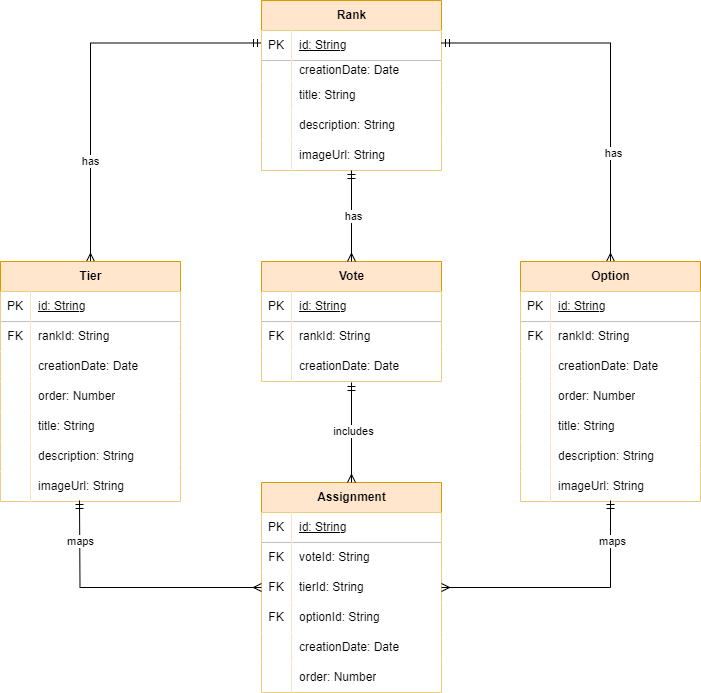
The draw.io diagram docs/DomainEntities.png in BrunoMNDantas/Ranker, before a commit. Source tidied: cells renumbered, new cells last; positions are measured from the earlier drawing's top-left corner, leaving out a move shared by most shapes.
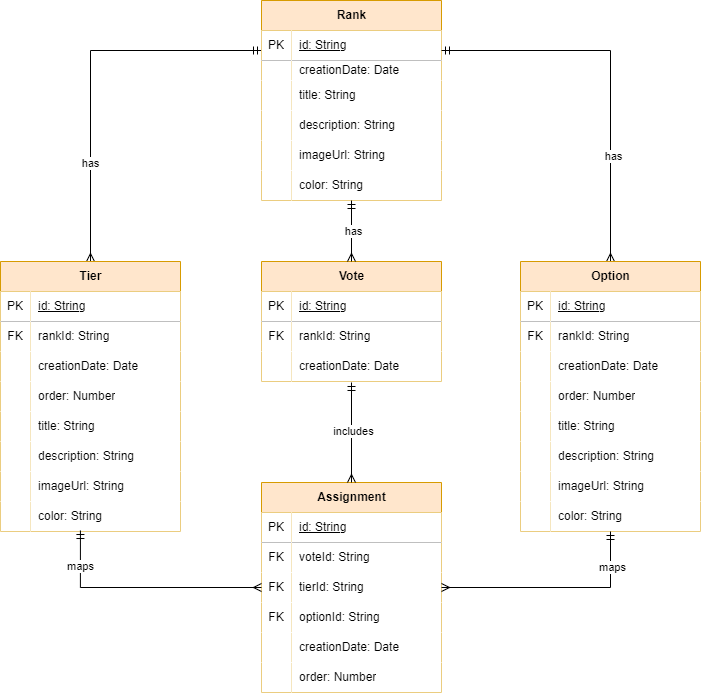
The same file after the commit.

Diff of the diagram source:
```diff
@@ -9,7 +9,7 @@
       <mxGeometry x="-0.48" y="1" relative="1" as="geometry" />
     </mxCell>
     <mxCell id="4" value="Tier" style="shape=table;startSize=30;rowLines=0;fontStyle=1;align=center;html=1;fillColor=#ffe6cc;strokeColor=#d79b00;fillStyle=solid;" parent="1" vertex="1">
-      <mxGeometry y="261" width="180" height="240" as="geometry" />
+      <mxGeometry y="261" width="180" height="270" as="geometry" />
     </mxCell>
     <mxCell id="5" style="shape=tableRow;horizontal=0;startSize=0;swimlaneHead=0;swimlaneBody=0;fillColor=none;top=0;left=0;right=0;bottom=1;" parent="4" vertex="1">
       <mxGeometry y="30" width="180" height="30" as="geometry" />
@@ -74,8 +74,17 @@
     <mxCell id="25" value="imageUrl: String" style="shape=partialRectangle;fillColor=default;top=0;left=0;bottom=0;right=0;align=left;spacingLeft=6;overflow=hidden;whiteSpace=wrap;html=1;" parent="23" vertex="1">
       <mxGeometry x="30" width="150" height="30" as="geometry" />
     </mxCell>
+    <mxCell id="103" style="shape=tableRow;horizontal=0;startSize=0;swimlaneHead=0;swimlaneBody=0;fillColor=none;points=[[0,0.5],[1,0.5]];portConstraint=eastwest;top=0;left=0;right=0;bottom=0;" parent="4" vertex="1">
+      <mxGeometry y="240" width="180" height="30" as="geometry" />
+    </mxCell>
+    <mxCell id="104" style="shape=partialRectangle;fillColor=default;top=0;left=0;bottom=0;right=0;overflow=hidden;whiteSpace=wrap;html=1;" parent="103" vertex="1">
+      <mxGeometry width="30" height="30" as="geometry" />
+    </mxCell>
+    <mxCell id="105" value="color: String" style="shape=partialRectangle;fillColor=default;top=0;left=0;bottom=0;right=0;align=left;spacingLeft=6;overflow=hidden;whiteSpace=wrap;html=1;" parent="103" vertex="1">
+      <mxGeometry x="30" width="150" height="30" as="geometry" />
+    </mxCell>
     <mxCell id="26" value="Rank" style="shape=table;startSize=30;rowLines=0;fontStyle=1;align=center;html=1;fillColor=#ffe6cc;strokeColor=#d79b00;fillStyle=solid;" parent="1" vertex="1">
-      <mxGeometry x="261" width="180" height="170" as="geometry" />
+      <mxGeometry x="261" width="180" height="200" as="geometry" />
     </mxCell>
     <mxCell id="27" style="shape=tableRow;horizontal=0;startSize=0;swimlaneHead=0;swimlaneBody=0;fillColor=none;top=0;left=0;right=0;bottom=1;" parent="26" vertex="1">
       <mxGeometry y="30" width="180" height="30" as="geometry" />
@@ -122,6 +131,15 @@
     <mxCell id="41" value="imageUrl: String" style="shape=partialRectangle;fillColor=default;top=0;left=0;bottom=0;right=0;align=left;spacingLeft=6;overflow=hidden;whiteSpace=wrap;html=1;" parent="39" vertex="1">
       <mxGeometry x="30" width="150" height="30" as="geometry" />
     </mxCell>
+    <mxCell id="106" style="shape=tableRow;horizontal=0;startSize=0;swimlaneHead=0;swimlaneBody=0;fillColor=none;top=0;left=0;right=0;bottom=0;" parent="26" vertex="1">
+      <mxGeometry y="170" width="180" height="30" as="geometry" />
+    </mxCell>
+    <mxCell id="107" style="shape=partialRectangle;fillColor=default;top=0;left=0;bottom=0;right=0;overflow=hidden;whiteSpace=wrap;html=1;" parent="106" vertex="1">
+      <mxGeometry width="30" height="30" as="geometry" />
+    </mxCell>
+    <mxCell id="108" value="color: String" style="shape=partialRectangle;fillColor=default;top=0;left=0;bottom=0;right=0;align=left;spacingLeft=6;overflow=hidden;whiteSpace=wrap;html=1;" parent="106" vertex="1">
+      <mxGeometry x="30" width="150" height="30" as="geometry" />
+    </mxCell>
     <mxCell id="42" value="Vote" style="shape=table;startSize=30;rowLines=0;fontStyle=1;align=center;html=1;fillColor=#ffe6cc;strokeColor=#d79b00;fillStyle=solid;" parent="1" vertex="1">
       <mxGeometry x="261" y="261" width="180" height="120" as="geometry" />
     </mxCell>
@@ -216,7 +234,7 @@
       <mxGeometry x="-0.44" y="-2" relative="1" as="geometry" />
     </mxCell>
     <mxCell id="73" value="Option" style="shape=table;startSize=30;rowLines=0;fontStyle=1;align=center;html=1;fillColor=#ffe6cc;strokeColor=#d79b00;fillStyle=solid;" parent="1" vertex="1">
-      <mxGeometry x="520" y="261" width="180" height="240" as="geometry" />
+      <mxGeometry x="520" y="261" width="180" height="270" as="geometry" />
     </mxCell>
     <mxCell id="74" style="shape=tableRow;horizontal=0;startSize=0;swimlaneHead=0;swimlaneBody=0;fillColor=none;top=0;left=0;right=0;bottom=1;" parent="73" vertex="1">
       <mxGeometry y="30" width="180" height="30" as="geometry" />
@@ -281,24 +299,31 @@
     <mxCell id="94" value="imageUrl: String" style="shape=partialRectangle;fillColor=default;top=0;left=0;bottom=0;right=0;align=left;spacingLeft=6;overflow=hidden;whiteSpace=wrap;html=1;" parent="92" vertex="1">
       <mxGeometry x="30" width="150" height="30" as="geometry" />
     </mxCell>
+    <mxCell id="109" style="shape=tableRow;horizontal=0;startSize=0;swimlaneHead=0;swimlaneBody=0;fillColor=none;top=0;left=0;right=0;bottom=0;" parent="73" vertex="1">
+      <mxGeometry y="240" width="180" height="30" as="geometry" />
+    </mxCell>
+    <mxCell id="110" style="shape=partialRectangle;fillColor=default;top=0;left=0;bottom=0;right=0;overflow=hidden;whiteSpace=wrap;html=1;" parent="109" vertex="1">
+      <mxGeometry width="30" height="30" as="geometry" />
+    </mxCell>
+    <mxCell id="111" value="color: String" style="shape=partialRectangle;fillColor=default;top=0;left=0;bottom=0;right=0;align=left;spacingLeft=6;overflow=hidden;whiteSpace=wrap;html=1;" parent="109" vertex="1">
+      <mxGeometry x="30" width="150" height="30" as="geometry" />
+    </mxCell>
     <mxCell id="95" style="edgeStyle=orthogonalEdgeStyle;rounded=0;jettySize=auto;html=1;exitX=0.5;exitY=0;exitDx=0;exitDy=0;endArrow=ERmandOne;endFill=0;startArrow=ERmany;startFill=0;" parent="1" edge="1" source="42">
       <mxGeometry relative="1" as="geometry">
-        <mxPoint x="351" y="170" as="targetPoint" />
+        <mxPoint x="351" y="200" as="targetPoint" />
       </mxGeometry>
     </mxCell>
     <mxCell id="96" value="has" style="edgeLabel;html=1;align=center;verticalAlign=middle;" parent="95" vertex="1">
       <mxGeometry x="0.01" y="-1" relative="1" as="geometry" />
     </mxCell>
-    <mxCell id="97" style="edgeStyle=orthogonalEdgeStyle;rounded=0;jettySize=auto;html=1;exitX=1;exitY=0.5;exitDx=0;exitDy=0;endArrow=ERmandOne;endFill=0;startArrow=ERmany;startFill=0;entryX=0.5;entryY=0.967;entryDx=0;entryDy=0;entryPerimeter=0;" parent="1" edge="1" source="59" target="92">
+    <mxCell id="97" style="edgeStyle=orthogonalEdgeStyle;rounded=0;jettySize=auto;html=1;exitX=1;exitY=0.5;exitDx=0;exitDy=0;endArrow=ERmandOne;endFill=0;startArrow=ERmany;startFill=0;entryX=0.5;entryY=1;entryDx=0;entryDy=0;" parent="1" edge="1" source="59" target="73">
       <mxGeometry relative="1" as="geometry" />
     </mxCell>
     <mxCell id="98" value="maps" style="edgeLabel;html=1;align=center;verticalAlign=middle;" parent="97" vertex="1">
       <mxGeometry x="0.69" y="-1" relative="1" as="geometry" />
     </mxCell>
-    <mxCell id="99" style="edgeStyle=orthogonalEdgeStyle;rounded=0;jettySize=auto;html=1;exitX=0;exitY=0.5;exitDx=0;exitDy=0;endArrow=ERmandOne;endFill=0;startArrow=ERmany;startFill=0;" parent="1" edge="1" source="59">
-      <mxGeometry relative="1" as="geometry">
-        <mxPoint x="79" y="500" as="targetPoint" />
-      </mxGeometry>
+    <mxCell id="99" style="edgeStyle=orthogonalEdgeStyle;rounded=0;jettySize=auto;html=1;exitX=0;exitY=0.5;exitDx=0;exitDy=0;endArrow=ERmandOne;endFill=0;startArrow=ERmany;startFill=0;entryX=0.444;entryY=0.967;entryDx=0;entryDy=0;entryPerimeter=0;" parent="1" edge="1" source="59" target="103">
+      <mxGeometry relative="1" as="geometry" />
     </mxCell>
     <mxCell id="100" value="maps" style="edgeLabel;html=1;align=center;verticalAlign=middle;" parent="99" vertex="1">
       <mxGeometry x="0.63" relative="1" as="geometry">
```
